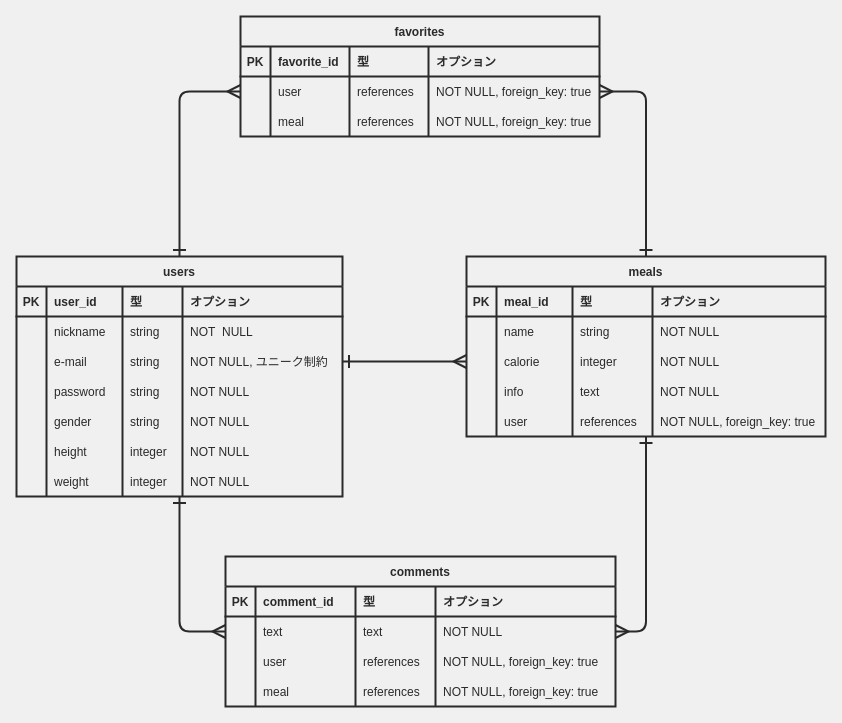
The draw.io diagram ER.dio in aktmmiri/meal_management_app, before the edit. Source tidied: cells renumbered, new cells numbered last; positions are measured from the earlier drawing's top-left corner, leaving out a move shared by most shapes. Both pictures are drawn from the tidied source at 100%, with x=0, y=0 at pixel (16, 16).
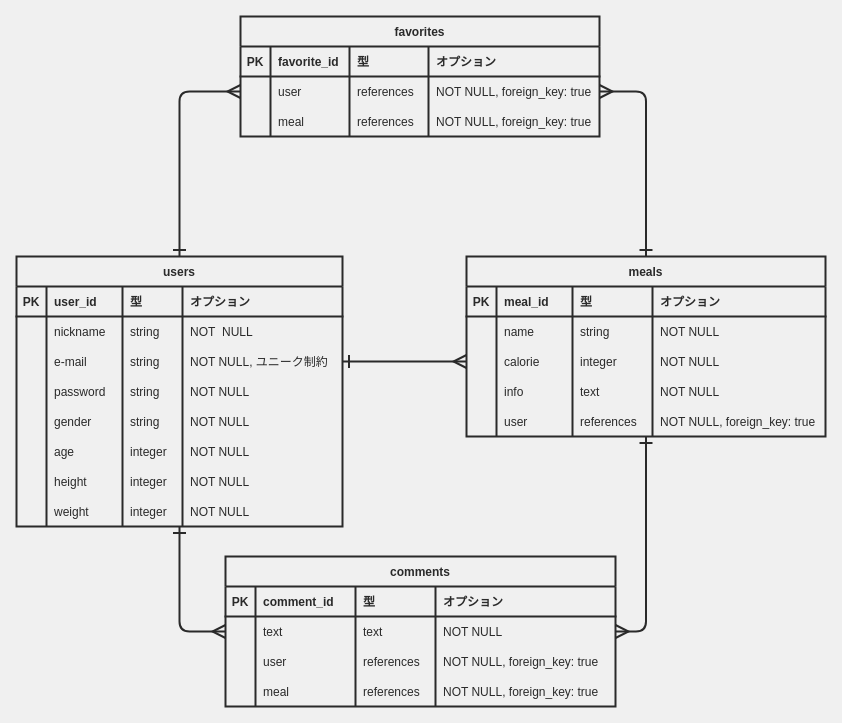
After the change.

The edit, as a diff of the source:
```diff
@@
     <mxCell id="2" value="users" style="shape=table;startSize=30;childLayout=tableLayout;rowLines=0;fontStyle=1;align=center;labelBorderColor=none;fontColor=#2A2A2A;fillColor=none;strokeColor=#2A2A2A;strokeWidth=2;" parent="1" vertex="1">
-      <mxGeometry y="240" width="326" height="240" as="geometry" />
+      <mxGeometry y="240" width="326" height="270" as="geometry" />
     </mxCell>
@@
+    <mxCell id="106" style="shape=partialRectangle;top=0;left=0;bottom=0;right=0;labelBorderColor=none;fontColor=#2A2A2A;fillColor=none;strokeColor=#2A2A2A;strokeWidth=2;" parent="2" vertex="1">
+      <mxGeometry y="180" width="326" height="30" as="geometry" />
+    </mxCell>
+    <mxCell id="107" style="shape=partialRectangle;top=0;left=0;bottom=0;right=0;overflow=hidden;labelBorderColor=none;fontColor=#2A2A2A;fillColor=none;strokeColor=#2A2A2A;strokeWidth=2;" parent="106" vertex="1">
+      <mxGeometry width="30" height="30" as="geometry" />
+    </mxCell>
+    <mxCell id="108" value="age" style="shape=partialRectangle;top=0;left=0;bottom=0;right=0;align=left;spacingLeft=6;overflow=hidden;labelBorderColor=none;fontColor=#2A2A2A;fillColor=none;strokeColor=#2A2A2A;strokeWidth=2;" parent="106" vertex="1">
+      <mxGeometry x="30" width="76" height="30" as="geometry" />
+    </mxCell>
+    <mxCell id="109" value="integer" style="shape=partialRectangle;top=0;left=0;bottom=0;right=0;align=left;spacingLeft=6;overflow=hidden;labelBorderColor=none;fontColor=#2A2A2A;fillColor=none;strokeColor=#2A2A2A;strokeWidth=2;" parent="106" vertex="1">
+      <mxGeometry x="106" width="60" height="30" as="geometry" />
+    </mxCell>
+    <mxCell id="110" value="NOT NULL" style="shape=partialRectangle;top=0;left=0;bottom=0;right=0;align=left;spacingLeft=6;overflow=hidden;labelBorderColor=none;fontColor=#2A2A2A;fillColor=none;strokeColor=#2A2A2A;strokeWidth=2;" parent="106" vertex="1">
+      <mxGeometry x="166" width="160" height="30" as="geometry" />
+    </mxCell>
     <mxCell id="28" style="shape=partialRectangle;top=0;left=0;bottom=0;right=0;labelBorderColor=none;fontColor=#2A2A2A;fillColor=none;strokeColor=#2A2A2A;strokeWidth=2;" parent="2" vertex="1">
-      <mxGeometry y="180" width="326" height="30" as="geometry" />
+      <mxGeometry y="210" width="326" height="30" as="geometry" />
     </mxCell>
@@
     <mxCell id="33" style="shape=partialRectangle;top=0;left=0;bottom=0;right=0;labelBorderColor=none;fontColor=#2A2A2A;fillColor=none;strokeColor=#2A2A2A;strokeWidth=2;" parent="2" vertex="1">
-      <mxGeometry y="210" width="326" height="30" as="geometry" />
+      <mxGeometry y="240" width="326" height="30" as="geometry" />
     </mxCell>
```
